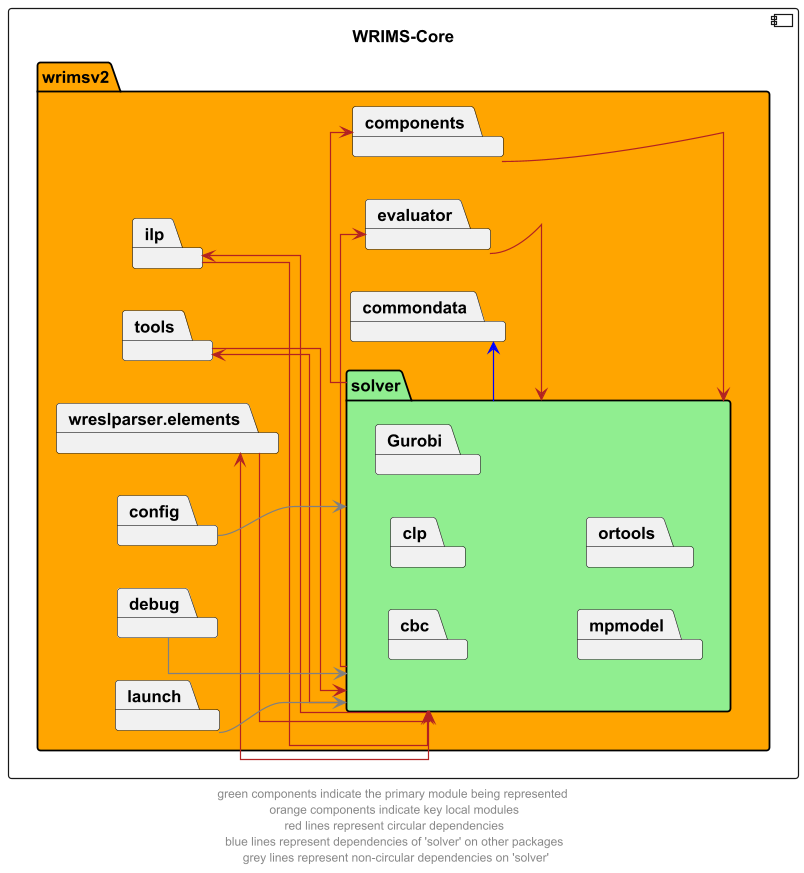
Earlier version of the PlantUML export docs/diagrams/wrims-core/wrims-core_solver.png (CentralValleyModeling/wrims).
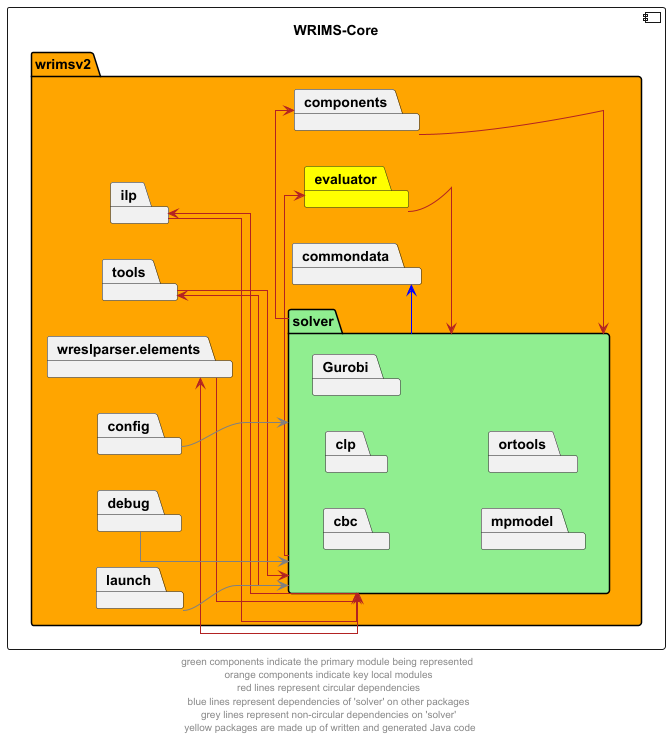
Above is the later version.

Change to the diagram source:
```diff
@@ -13,7 +13,7 @@
         }
         package commondata
         package components
-        package evaluator
+        package evaluator #yellow
         package ilp
         package tools
         package wreslparser.elements
@@ -41,5 +41,5 @@
 launch --> solver #grey
 
 
-footer "green components indicate the primary module being represented \n orange components indicate key local modules \n red lines represent circular dependencies \n blue lines represent dependencies of 'solver' on other packages \n grey lines represent non-circular dependencies on 'solver'"
+footer "green components indicate the primary module being represented \n orange components indicate key local modules \n red lines represent circular dependencies \n blue lines represent dependencies of 'solver' on other packages \n grey lines represent non-circular dependencies on 'solver' \n yellow packages are made up of written and generated Java code"
 @enduml
```
